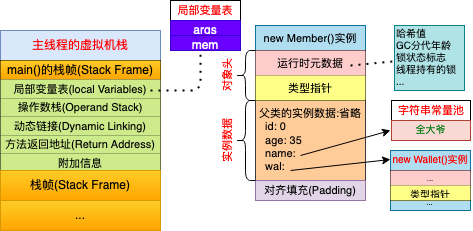
Earlier version of the draw.io export 对象-属性赋值过程-内存布局.png (ShawnJoen/draw-picture). Source tidied: cells renumbered, new cells last; positions are measured from the earlier drawing's top-left corner, leaving out a move shared by most shapes.
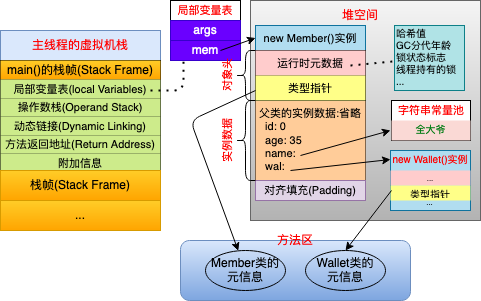
Above is the later version.

Commit message:
Update 对象-属性赋值过程-内存布局.png

Change to the diagram source:
```diff
@@ -2,6 +2,9 @@
   <root>
     <mxCell id="0" />
     <mxCell id="1" parent="0" />
+    <mxCell id="55" style="rounded=0;whiteSpace=wrap;html=1;strokeColor=#666666;fillColor=#f5f5f5;fontSize=8;align=center;gradientColor=#b3b3b3;" parent="1" vertex="1">
+      <mxGeometry x="250" width="230" height="220" as="geometry" />
+    </mxCell>
     <mxCell id="2" style="rounded=0;whiteSpace=wrap;html=1;fillColor=#dae8fc;strokeColor=#6c8ebf;" parent="1" vertex="1">
       <mxGeometry y="30" width="160" height="200" as="geometry" />
     </mxCell>
@@ -57,19 +60,19 @@
       <mxGeometry x="170" width="70" height="50" as="geometry" />
     </mxCell>
     <mxCell id="20" style="shape=table;html=1;whiteSpace=wrap;startSize=0;strokeColor=#3700CC;fontColor=#ffffff;verticalAlign=bottom;fillColor=#6a00ff;" parent="1" vertex="1">
-      <mxGeometry x="170" y="20" width="70" height="30" as="geometry" />
+      <mxGeometry x="170" y="20" width="70" height="40" as="geometry" />
     </mxCell>
     <mxCell id="21" style="shape=partialRectangle;html=1;whiteSpace=wrap;fillColor=none;top=0;left=0;bottom=0;right=0;" parent="20" vertex="1">
-      <mxGeometry width="70" height="15" as="geometry" />
+      <mxGeometry width="70" height="20" as="geometry" />
     </mxCell>
     <mxCell id="22" value="&lt;font color=&quot;#FFFFFF&quot;&gt;args&lt;/font&gt;" style="shape=partialRectangle;html=1;whiteSpace=wrap;fillColor=none;top=0;left=0;bottom=0;right=0;overflow=hidden;" parent="21" vertex="1">
-      <mxGeometry width="70" height="15" as="geometry" />
+      <mxGeometry width="70" height="20" as="geometry" />
     </mxCell>
     <mxCell id="23" style="shape=partialRectangle;html=1;whiteSpace=wrap;fillColor=none;top=0;left=0;bottom=0;right=0;points=[[0,0.5],[1,0.5]];portConstraint=eastwest;" parent="20" vertex="1">
-      <mxGeometry y="15" width="70" height="15" as="geometry" />
+      <mxGeometry y="20" width="70" height="20" as="geometry" />
     </mxCell>
     <mxCell id="24" value="&lt;font color=&quot;#FFFFFF&quot;&gt;mem&lt;/font&gt;" style="shape=partialRectangle;html=1;whiteSpace=wrap;fillColor=none;top=0;left=0;bottom=0;right=0;overflow=hidden;align=center;" parent="23" vertex="1">
-      <mxGeometry width="70" height="15" as="geometry" />
+      <mxGeometry width="70" height="20" as="geometry" />
     </mxCell>
     <mxCell id="25" value="局部变量表" style="text;html=1;strokeColor=none;fillColor=none;align=center;verticalAlign=middle;whiteSpace=wrap;rounded=0;fontSize=11;fontColor=#FF0000;" parent="1" vertex="1">
       <mxGeometry x="170" width="70" height="20" as="geometry" />
@@ -80,7 +83,7 @@
     <mxCell id="27" value="new Member()实例" style="text;html=1;strokeColor=#10739e;fillColor=#b1ddf0;align=center;verticalAlign=middle;whiteSpace=wrap;rounded=0;fontSize=11;" parent="1" vertex="1">
       <mxGeometry x="255" y="25" width="110" height="25" as="geometry" />
     </mxCell>
-    <mxCell id="28" value="&lt;div align=&quot;left&quot;&gt;父类的实例数据:省略&lt;/div&gt;&lt;div align=&quot;left&quot;&gt;&amp;nbsp; id: 0&lt;/div&gt;&lt;div align=&quot;left&quot;&gt;&amp;nbsp; age: 35&lt;/div&gt;&lt;div align=&quot;left&quot;&gt;&amp;nbsp; name:&lt;/div&gt;&lt;div align=&quot;left&quot;&gt;&amp;nbsp; wal:&lt;br&gt;&lt;/div&gt;" style="rounded=0;whiteSpace=wrap;html=1;strokeColor=#36393d;fontSize=11;fillColor=#ffcc99;" parent="1" vertex="1">
+    <mxCell id="28" value="&lt;div align=&quot;left&quot;&gt;父类的实例数据:省略&lt;/div&gt;&lt;div align=&quot;left&quot;&gt;&amp;nbsp; id: 0&lt;/div&gt;&lt;div align=&quot;left&quot;&gt;&amp;nbsp; age: 35&lt;/div&gt;&lt;div align=&quot;left&quot;&gt;&amp;nbsp; name:&lt;/div&gt;&lt;div align=&quot;left&quot;&gt;&amp;nbsp; wal:&lt;br&gt;&lt;/div&gt;" style="rounded=0;whiteSpace=wrap;html=1;fontSize=11;fillColor=#ffcc99;strokeColor=none;" parent="1" vertex="1">
       <mxGeometry x="255" y="100" width="110" height="80" as="geometry" />
     </mxCell>
     <mxCell id="29" value="对齐填充(Padding)" style="rounded=0;whiteSpace=wrap;html=1;strokeColor=#9673a6;fontSize=11;fillColor=#e1d5e7;" parent="1" vertex="1">
@@ -124,16 +127,15 @@
         <mxPoint x="350" y="65" as="sourcePoint" />
       </mxGeometry>
     </mxCell>
-    <mxCell id="42" style="endArrow=none;dashed=1;html=1;dashPattern=1 3;strokeWidth=2;fontSize=10;fontColor=#FF0000;" parent="1" edge="1">
+    <mxCell id="42" style="endArrow=none;dashed=1;html=1;dashPattern=1 3;strokeWidth=2;fontSize=10;fontColor=#FF0000;entryX=0.186;entryY=1;entryDx=0;entryDy=0;entryPerimeter=0;" parent="1" edge="1" target="23">
       <mxGeometry relative="1" as="geometry">
         <mxPoint x="150" y="90" as="sourcePoint" />
-        <mxPoint x="200" y="50" as="targetPoint" />
         <Array as="points">
-          <mxPoint x="200" y="90" />
+          <mxPoint x="183" y="90" />
         </Array>
       </mxGeometry>
     </mxCell>
-    <mxCell id="43" value="&lt;pre style=&quot;color: rgb(8 , 8 , 8) ; font-family: &amp;#34;jetbrains mono&amp;#34; , monospace&quot;&gt;&lt;span style=&quot;background-color: transparent&quot;&gt;&lt;font style=&quot;font-size: 10px&quot;&gt;&lt;span style=&quot;color: #067d17&quot;&gt;全大爷&lt;/span&gt;&lt;/font&gt;&lt;/span&gt;&lt;/pre&gt;" style="rounded=0;whiteSpace=wrap;html=1;strokeColor=#ae4132;fontSize=10;align=center;fillColor=#fad9d5;" parent="1" vertex="1">
+    <mxCell id="43" value="&lt;pre style=&quot;color: rgb(8 , 8 , 8) ; font-family: &amp;#34;jetbrains mono&amp;#34; , monospace&quot;&gt;&lt;span style=&quot;background-color: transparent&quot;&gt;&lt;font style=&quot;font-size: 10px&quot;&gt;&lt;span style=&quot;color: #067d17&quot;&gt;全大爷&lt;/span&gt;&lt;/font&gt;&lt;/span&gt;&lt;/pre&gt;" style="rounded=0;whiteSpace=wrap;html=1;fontSize=10;align=center;fillColor=#fad9d5;strokeColor=none;" parent="1" vertex="1">
       <mxGeometry x="391" y="120" width="79" height="20" as="geometry" />
     </mxCell>
     <mxCell id="44" value="&lt;font style=&quot;font-size: 11px&quot;&gt;字符串常量池&lt;/font&gt;" style="text;html=1;strokeColor=none;fillColor=none;align=center;verticalAlign=middle;whiteSpace=wrap;rounded=0;fontSize=10;fontColor=#FF0000;" parent="1" vertex="1">
@@ -148,7 +150,7 @@
     <mxCell id="46" style="rounded=0;whiteSpace=wrap;html=1;strokeColor=#10739e;fillColor=#b1ddf0;fontSize=10;align=center;" parent="1" vertex="1">
       <mxGeometry x="390" y="150" width="80" height="60" as="geometry" />
     </mxCell>
-    <mxCell id="47" style="shape=table;html=1;whiteSpace=wrap;startSize=0;strokeColor=#000000;fillColor=none;fontSize=10;fontColor=#FF0000;align=center;" parent="1" vertex="1">
+    <mxCell id="47" style="shape=table;html=1;whiteSpace=wrap;startSize=0;fillColor=none;fontSize=10;fontColor=#FF0000;align=center;strokeColor=none;" parent="1" vertex="1">
       <mxGeometry x="390" y="170" width="80" height="30" as="geometry" />
     </mxCell>
     <mxCell id="48" style="shape=partialRectangle;html=1;whiteSpace=wrap;fillColor=none;top=0;left=0;bottom=0;right=0;" parent="47" vertex="1">
@@ -174,5 +176,38 @@
         <mxPoint x="290" y="170" as="sourcePoint" />
       </mxGeometry>
     </mxCell>
+    <mxCell id="56" style="endArrow=classic;html=1;fontSize=8;fontColor=#000000;entryX=0;entryY=0.5;entryDx=0;entryDy=0;" parent="1" edge="1" target="27">
+      <mxGeometry relative="1" as="geometry">
+        <mxPoint x="220" y="50" as="sourcePoint" />
+      </mxGeometry>
+    </mxCell>
+    <mxCell id="57" style="rounded=1;whiteSpace=wrap;html=1;strokeColor=#6c8ebf;fillColor=#dae8fc;fontSize=8;align=center;gradientColor=#7ea6e0;" parent="1" vertex="1">
+      <mxGeometry x="180" y="240" width="230" height="60" as="geometry" />
+    </mxCell>
+    <mxCell id="58" value="&lt;font color=&quot;#FF0000&quot;&gt;堆空间&lt;/font&gt;" style="text;html=1;strokeColor=none;fillColor=none;align=center;verticalAlign=middle;whiteSpace=wrap;rounded=0;fontSize=12;fontColor=#000000;" parent="1" vertex="1">
+      <mxGeometry x="305" width="110" height="30" as="geometry" />
+    </mxCell>
+    <mxCell id="59" value="&lt;font style=&quot;font-size: 12px&quot;&gt;Member类的元信息&lt;/font&gt;" style="ellipse;whiteSpace=wrap;html=1;strokeColor=#000000;fillColor=none;fontSize=12;fontColor=#000000;align=center;" parent="1" vertex="1">
+      <mxGeometry x="205" y="250" width="80" height="40" as="geometry" />
+    </mxCell>
+    <mxCell id="60" value="&lt;div&gt;&lt;font style=&quot;font-size: 12px&quot;&gt;Wallet类的&lt;/font&gt;&lt;/div&gt;&lt;div&gt;&lt;font style=&quot;font-size: 12px&quot;&gt;元信息&lt;/font&gt;&lt;/div&gt;" style="ellipse;whiteSpace=wrap;html=1;strokeColor=#000000;fillColor=none;fontSize=12;fontColor=#000000;align=center;" parent="1" vertex="1">
+      <mxGeometry x="305" y="250" width="80" height="40" as="geometry" />
+    </mxCell>
+    <mxCell id="61" value="方法区" style="text;html=1;strokeColor=none;fillColor=none;align=center;verticalAlign=middle;whiteSpace=wrap;rounded=0;fontSize=12;fontColor=#FF0000;" parent="1" vertex="1">
+      <mxGeometry x="275" y="230" width="40" height="20" as="geometry" />
+    </mxCell>
+    <mxCell id="62" style="endArrow=classic;html=1;fontSize=12;fontColor=#FF0000;" parent="1" edge="1" target="59">
+      <mxGeometry relative="1" as="geometry">
+        <mxPoint x="255" y="90" as="sourcePoint" />
+        <Array as="points">
+          <mxPoint x="190" y="120" />
+        </Array>
+      </mxGeometry>
+    </mxCell>
+    <mxCell id="63" style="endArrow=classic;html=1;fontSize=12;fontColor=#FF0000;entryX=0.5;entryY=0;entryDx=0;entryDy=0;" parent="1" edge="1" target="60">
+      <mxGeometry relative="1" as="geometry">
+        <mxPoint x="391" y="190" as="sourcePoint" />
+      </mxGeometry>
+    </mxCell>
   </root>
 </mxGraphModel>
```
